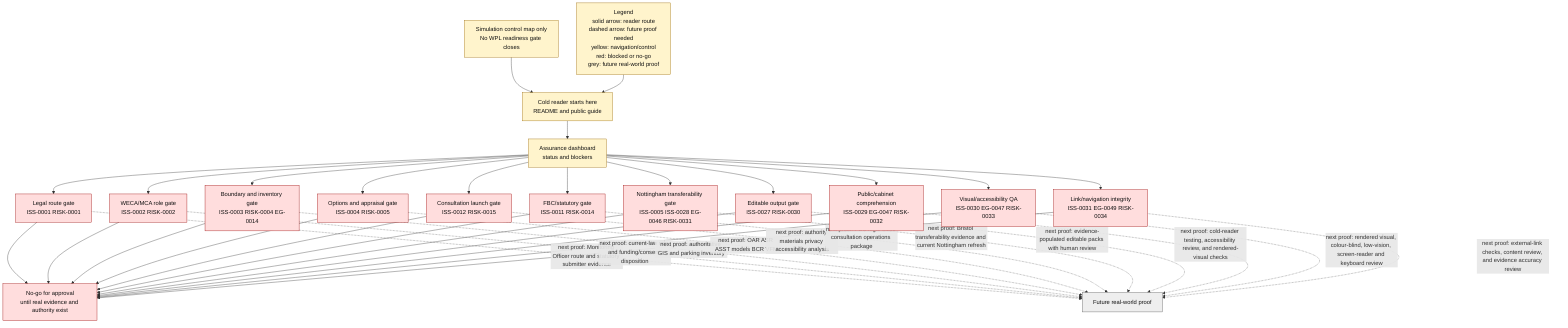
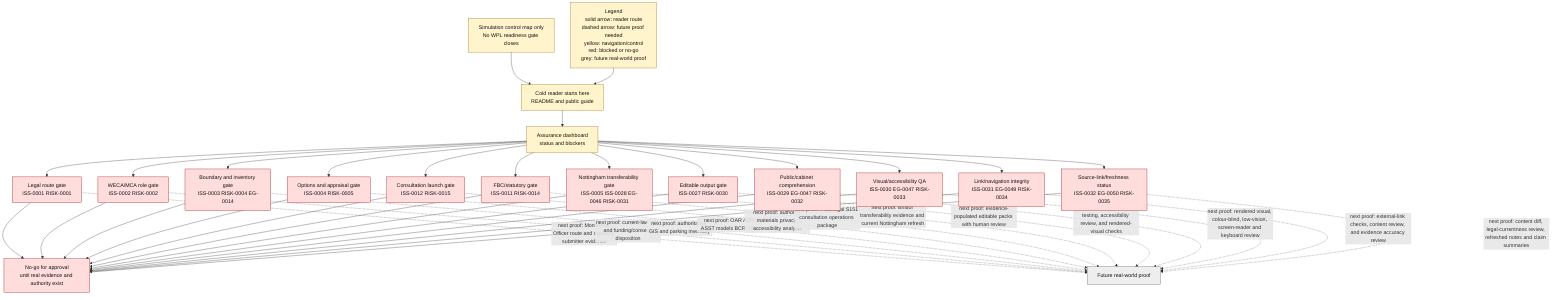
flowchart TD
    Caption["Simulation control map only<br/>No WPL readiness gate closes"]
    Legend["Legend<br/>solid arrow: reader route<br/>dashed arrow: future proof needed<br/>yellow: navigation/control<br/>red: blocked or no-go<br/>grey: future real-world proof"]
    Caption --> Start
    Legend --> Start
    Start["Cold reader starts here<br/>README and public guide"] --> Dash["Assurance dashboard<br/>status and blockers"]
    Dash --> Legal["Legal route gate<br/>ISS-0001 RISK-0001"]
    Dash --> WECA["WECA/MCA role gate<br/>ISS-0002 RISK-0002"]
    Dash --> Spatial["Boundary and inventory gate<br/>ISS-0003 RISK-0004 EG-0014"]
    Dash --> Appraisal["Options and appraisal gate<br/>ISS-0004 RISK-0005"]
    Dash --> Consult["Consultation launch gate<br/>ISS-0012 RISK-0015"]
    Dash --> FBC["FBC/statutory gate<br/>ISS-0011 RISK-0014"]
    Dash --> Nottingham["Nottingham transferability gate<br/>ISS-0005 ISS-0028 EG-0046 RISK-0031"]
    Dash --> Authoring["Editable output gate<br/>ISS-0027 RISK-0030"]
    Dash --> Comprehension["Public/cabinet comprehension<br/>ISS-0029 EG-0047 RISK-0032"]
    Dash --> VisualQA["Visual/accessibility QA<br/>ISS-0030 EG-0047 RISK-0033"]
    Dash --> NavigationQA["Link/navigation integrity<br/>ISS-0031 EG-0049 RISK-0034"]
+     Dash --> SourceFreshness["Source-link/freshness status<br/>ISS-0032 EG-0050 RISK-0035"]

    Legal --> NoGo["No-go for approval<br/>until real evidence and authority exist"]
    WECA --> NoGo
    Spatial --> NoGo
    Appraisal --> NoGo
    Consult --> NoGo
    FBC --> NoGo
    Nottingham --> NoGo
    Authoring --> NoGo
    Comprehension --> NoGo
    VisualQA --> NoGo
    NavigationQA --> NoGo
+     SourceFreshness --> NoGo

    Legal -. "next proof: Monitoring Officer route and statutory submitter evidence" .-> Proof["Future real-world proof"]
    WECA -. "next proof: current-law role and funding/consent disposition" .-> Proof
    Spatial -. "next proof: authoritative GIS and parking inventory" .-> Proof
    Appraisal -. "next proof: OAR ASR ASST models BCR VFM" .-> Proof
    Consult -. "next proof: authority materials privacy accessibility analysis" .-> Proof
    FBC -. "next proof: FBC legal S151 consultation operations package" .-> Proof
    Nottingham -. "next proof: Bristol transferability evidence and current Nottingham refresh" .-> Proof
    Authoring -. "next proof: evidence-populated editable packs with human review" .-> Proof
    Comprehension -. "next proof: cold-reader testing, accessibility review, and rendered-visual checks" .-> Proof
    VisualQA -. "next proof: rendered visual, colour-blind, low-vision, screen-reader and keyboard review" .-> Proof
    NavigationQA -. "next proof: external-link checks, content review, and evidence accuracy review" .-> Proof
+     SourceFreshness -. "next proof: content diff, legal-currentness review, refreshed notes and claim summaries" .-> Proof

    classDef start fill:#ddf4ff,stroke:#005f99,color:#111111;
    classDef blocked fill:#ffdddd,stroke:#990000,color:#111111;
    classDef guide fill:#fff4cc,stroke:#996600,color:#111111;
    classDef future fill:#eeeeee,stroke:#555555,color:#111111;

    class Start,Dash,Caption,Legend guide;
-     class Legal,WECA,Spatial,Appraisal,Consult,FBC,Nottingham,Authoring,Comprehension,VisualQA,NavigationQA,NoGo blocked;
+     class Legal,WECA,Spatial,Appraisal,Consult,FBC,Nottingham,Authoring,Comprehension,VisualQA,NavigationQA,SourceFreshness,NoGo blocked;
    class Proof future;
